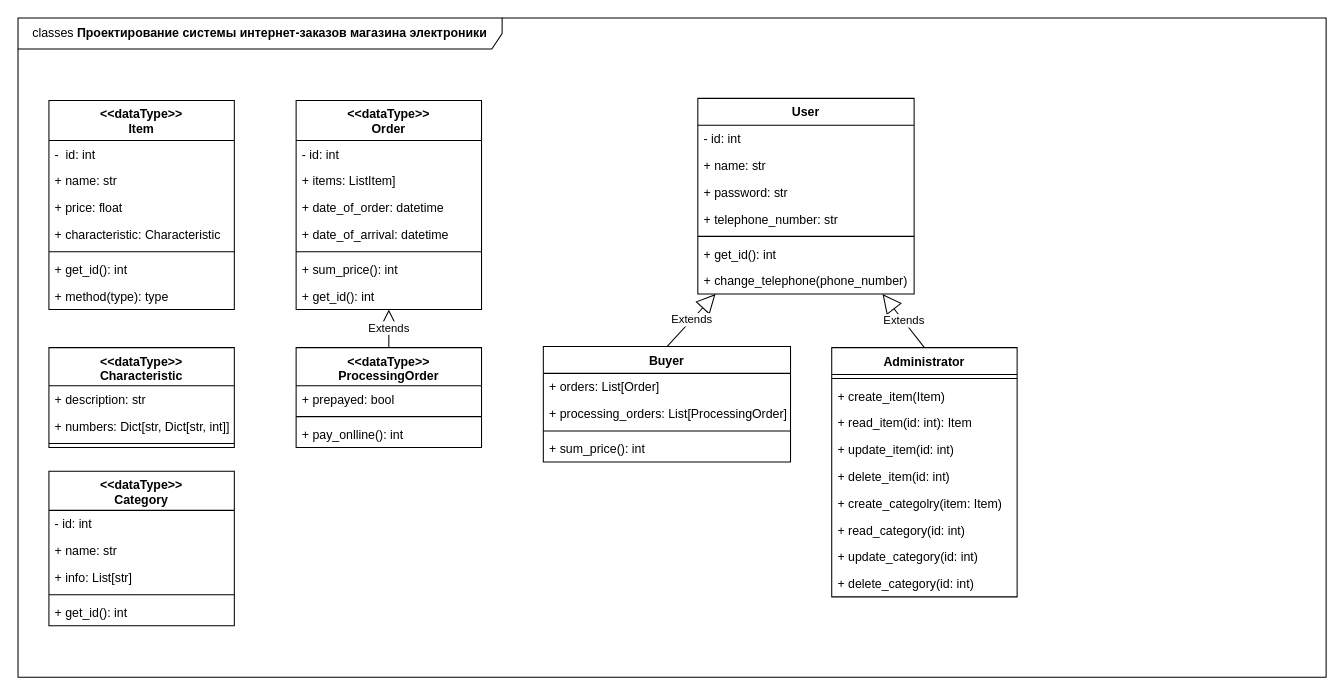
Earlier version of the draw.io diagram classes.drawio (randomunrandom/MSS). Source tidied: cells renumbered, new cells numbered last; positions are measured from the earlier drawing's top-left corner, leaving out a move shared by most shapes. Both pictures are drawn from the tidied source at 103%, with x=0, y=0 at pixel (18, 18).
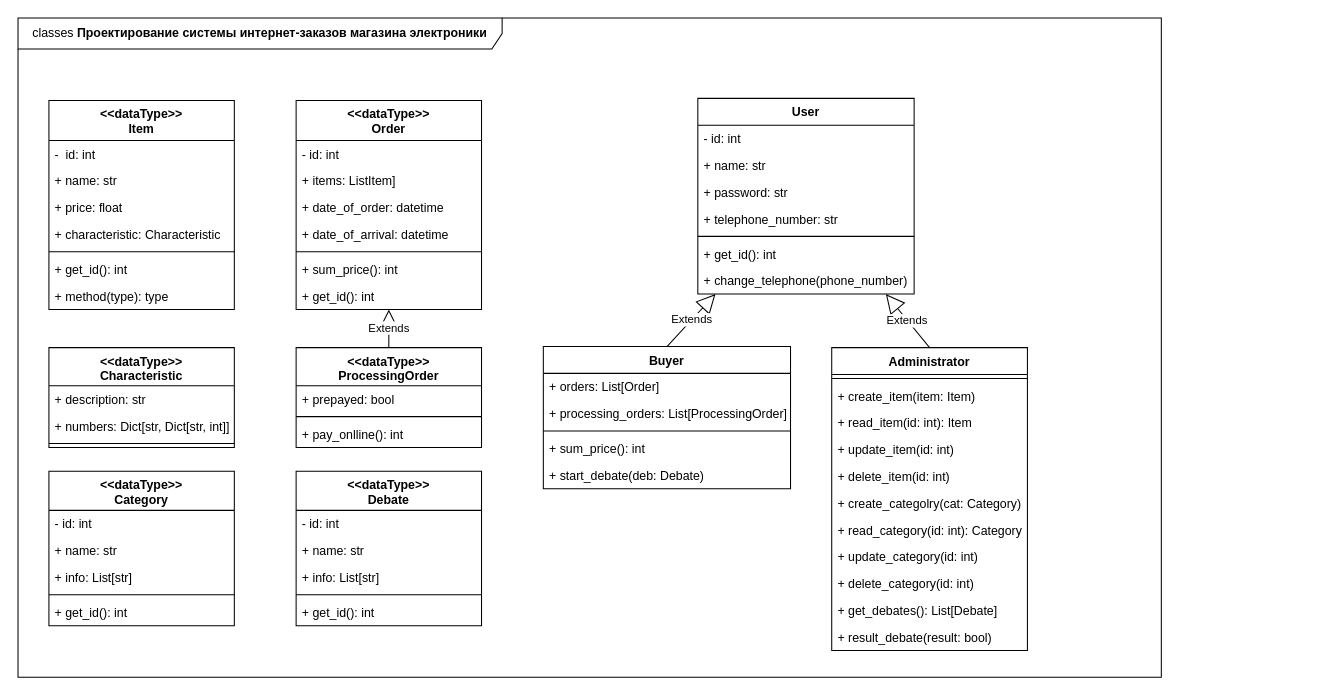
The same diagram, later.

Change to the diagram source:
```diff
@@
     <mxCell id="2" value="classes &lt;b&gt;Проектирование системы интернет-заказов магазина электроники&lt;/b&gt;" style="shape=umlFrame;whiteSpace=wrap;html=1;width=470;height=30;" parent="1" vertex="1">
-      <mxGeometry width="1270" height="640" as="geometry" />
+      <mxGeometry width="1110" height="640" as="geometry" />
     </mxCell>
@@
     <mxCell id="15" value="Buyer" style="swimlane;fontStyle=1;align=center;verticalAlign=top;horizontal=1;startSize=26;" parent="1" vertex="1">
-      <mxGeometry x="510" y="319" width="240" height="112" as="geometry" />
+      <mxGeometry x="510" y="319" width="240" height="138" as="geometry" />
     </mxCell>
@@
+    <mxCell id="59" value="+ start_debate(deb: Debate)" style="text;strokeColor=none;fillColor=none;align=left;verticalAlign=top;spacingLeft=4;spacingRight=4;overflow=hidden;" parent="15" vertex="1">
+      <mxGeometry y="112" width="240" height="26" as="geometry" />
+    </mxCell>
     <mxCell id="20" value="Administrator" style="swimlane;fontStyle=1;align=center;verticalAlign=top;horizontal=1;startSize=26;" parent="1" vertex="1">
-      <mxGeometry x="790" y="320" width="180" height="242" as="geometry" />
+      <mxGeometry x="790" y="320" width="190" height="294" as="geometry" />
     </mxCell>
     <mxCell id="21" style="line;strokeWidth=1;fillColor=none;align=left;verticalAlign=middle;spacingTop=-1;spacingLeft=3;spacingRight=3;labelPosition=right;" parent="20" vertex="1">
-      <mxGeometry y="26" width="180" height="8" as="geometry" />
+      <mxGeometry y="26" width="190" height="8" as="geometry" />
     </mxCell>
-    <mxCell id="22" value="+ create_item(Item)" style="text;strokeColor=none;fillColor=none;align=left;verticalAlign=top;spacingLeft=4;spacingRight=4;overflow=hidden;" parent="20" vertex="1">
-      <mxGeometry y="34" width="180" height="26" as="geometry" />
+    <mxCell id="22" value="+ create_item(item: Item)" style="text;strokeColor=none;fillColor=none;align=left;verticalAlign=top;spacingLeft=4;spacingRight=4;overflow=hidden;" parent="20" vertex="1">
+      <mxGeometry y="34" width="190" height="26" as="geometry" />
     </mxCell>
     <mxCell id="23" value="+ read_item(id: int): Item" style="text;strokeColor=none;fillColor=none;align=left;verticalAlign=top;spacingLeft=4;spacingRight=4;overflow=hidden;" parent="20" vertex="1">
-      <mxGeometry y="60" width="180" height="26" as="geometry" />
+      <mxGeometry y="60" width="190" height="26" as="geometry" />
     </mxCell>
     <mxCell id="24" value="+ update_item(id: int)" style="text;strokeColor=none;fillColor=none;align=left;verticalAlign=top;spacingLeft=4;spacingRight=4;overflow=hidden;" parent="20" vertex="1">
-      <mxGeometry y="86" width="180" height="26" as="geometry" />
+      <mxGeometry y="86" width="190" height="26" as="geometry" />
     </mxCell>
     <mxCell id="25" value="+ delete_item(id: int)" style="text;strokeColor=none;fillColor=none;align=left;verticalAlign=top;spacingLeft=4;spacingRight=4;overflow=hidden;" parent="20" vertex="1">
-      <mxGeometry y="112" width="180" height="26" as="geometry" />
+      <mxGeometry y="112" width="190" height="26" as="geometry" />
     </mxCell>
-    <mxCell id="26" value="+ create_categolry(item: Item)" style="text;strokeColor=none;fillColor=none;align=left;verticalAlign=top;spacingLeft=4;spacingRight=4;overflow=hidden;" parent="20" vertex="1">
-      <mxGeometry y="138" width="180" height="26" as="geometry" />
+    <mxCell id="26" value="+ create_categolry(cat: Category)" style="text;strokeColor=none;fillColor=none;align=left;verticalAlign=top;spacingLeft=4;spacingRight=4;overflow=hidden;" parent="20" vertex="1">
+      <mxGeometry y="138" width="190" height="26" as="geometry" />
     </mxCell>
-    <mxCell id="27" value="+ read_category(id: int)" style="text;strokeColor=none;fillColor=none;align=left;verticalAlign=top;spacingLeft=4;spacingRight=4;overflow=hidden;" parent="20" vertex="1">
-      <mxGeometry y="164" width="180" height="26" as="geometry" />
+    <mxCell id="27" value="+ read_category(id: int): Category" style="text;strokeColor=none;fillColor=none;align=left;verticalAlign=top;spacingLeft=4;spacingRight=4;overflow=hidden;" parent="20" vertex="1">
+      <mxGeometry y="164" width="190" height="26" as="geometry" />
     </mxCell>
     <mxCell id="28" value="+ update_category(id: int)" style="text;strokeColor=none;fillColor=none;align=left;verticalAlign=top;spacingLeft=4;spacingRight=4;overflow=hidden;" parent="20" vertex="1">
-      <mxGeometry y="190" width="180" height="26" as="geometry" />
+      <mxGeometry y="190" width="190" height="26" as="geometry" />
     </mxCell>
     <mxCell id="29" value="+ delete_category(id: int)" style="text;strokeColor=none;fillColor=none;align=left;verticalAlign=top;spacingLeft=4;spacingRight=4;overflow=hidden;" parent="20" vertex="1">
-      <mxGeometry y="216" width="180" height="26" as="geometry" />
+      <mxGeometry y="216" width="190" height="26" as="geometry" />
     </mxCell>
+    <mxCell id="60" value="+ get_debates(): List[Debate]" style="text;strokeColor=none;fillColor=none;align=left;verticalAlign=top;spacingLeft=4;spacingRight=4;overflow=hidden;" parent="20" vertex="1">
+      <mxGeometry y="242" width="190" height="26" as="geometry" />
+    </mxCell>
+    <mxCell id="61" value="+ result_debate(result: bool)" style="text;strokeColor=none;fillColor=none;align=left;verticalAlign=top;spacingLeft=4;spacingRight=4;overflow=hidden;" parent="20" vertex="1">
+      <mxGeometry y="268" width="190" height="26" as="geometry" />
+    </mxCell>
@@
+    <mxCell id="62" value="&lt;&lt;dataType&gt;&gt;&#10;Debate" style="swimlane;fontStyle=1;align=center;verticalAlign=top;horizontal=1;startSize=38;" parent="1" vertex="1">
+      <mxGeometry x="270" y="440" width="180" height="150" as="geometry" />
+    </mxCell>
+    <mxCell id="63" value="- id: int" style="text;strokeColor=none;fillColor=none;align=left;verticalAlign=top;spacingLeft=4;spacingRight=4;overflow=hidden;" parent="62" vertex="1">
+      <mxGeometry y="38" width="180" height="26" as="geometry" />
+    </mxCell>
+    <mxCell id="64" value="+ name: str" style="text;strokeColor=none;fillColor=none;align=left;verticalAlign=top;spacingLeft=4;spacingRight=4;overflow=hidden;" parent="62" vertex="1">
+      <mxGeometry y="64" width="180" height="26" as="geometry" />
+    </mxCell>
+    <mxCell id="65" value="+ info: List[str]" style="text;strokeColor=none;fillColor=none;align=left;verticalAlign=top;spacingLeft=4;spacingRight=4;overflow=hidden;" parent="62" vertex="1">
+      <mxGeometry y="90" width="180" height="26" as="geometry" />
+    </mxCell>
+    <mxCell id="66" style="line;strokeWidth=1;fillColor=none;align=left;verticalAlign=middle;spacingTop=-1;spacingLeft=3;spacingRight=3;labelPosition=right;" parent="62" vertex="1">
+      <mxGeometry y="116" width="180" height="8" as="geometry" />
+    </mxCell>
+    <mxCell id="67" value="+ get_id(): int" style="text;strokeColor=none;fillColor=none;align=left;verticalAlign=top;spacingLeft=4;spacingRight=4;overflow=hidden;" parent="62" vertex="1">
+      <mxGeometry y="124" width="180" height="26" as="geometry" />
+    </mxCell>
```
